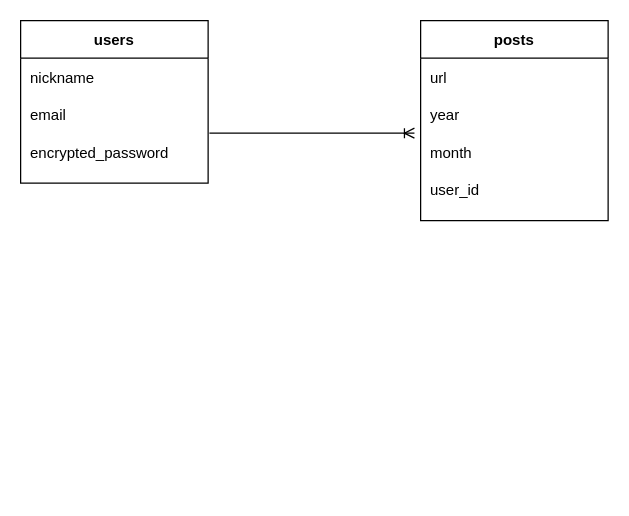
Before: ER_diagram.dio in mzw86020424/oriapp32049_2, a draw.io diagram. Source tidied: cells renumbered, new cells numbered last; positions are measured from the earlier drawing's top-left corner, leaving out a move shared by most shapes. Both pictures are drawn from the tidied source at 125%, with x=0, y=0 at pixel (20, 20).
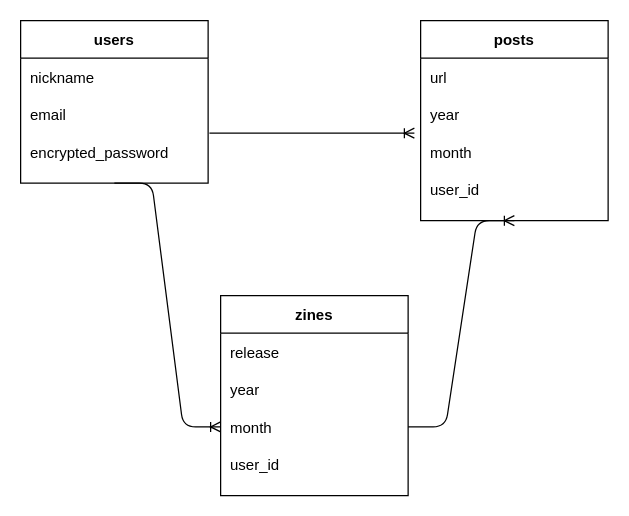
The same diagram, later.

Unchanged cells that the change refers to:
```xml
<mxCell id="2" value="users" style="shape=table;startSize=30;childLayout=tableLayout;rowLines=0;fontStyle=1;align=center;" parent="1" vertex="1">
  <mxGeometry width="150" height="130" as="geometry" />
</mxCell>
<mxCell id="7" style="shape=partialRectangle;fillColor=none;top=0;left=0;bottom=0;right=0;points=[[0,0.5],[1,0.5]];portConstraint=eastwest;" parent="2" vertex="1">
  <mxGeometry y="90" width="150" height="30" as="geometry" />
</mxCell>
<mxCell id="9" value="posts" style="shape=table;startSize=30;childLayout=tableLayout;rowLines=0;fontStyle=1;align=center;" parent="1" vertex="1">
  <mxGeometry x="320" width="150" height="160" as="geometry" />
</mxCell>
<mxCell id="12" style="shape=partialRectangle;fillColor=none;top=0;left=0;bottom=0;right=0;points=[[0,0.5],[1,0.5]];portConstraint=eastwest;" parent="9" vertex="1">
  <mxGeometry y="60" width="150" height="30" as="geometry" />
</mxCell>
```

The edit, as a diff of the source:
```diff
@@
-    <mxCell id="18" style="edgeStyle=entityRelationEdgeStyle;fontSize=12;html=1;endArrow=ERoneToMany;entryX=-0.033;entryY=1;entryDx=0;entryDy=0;entryPerimeter=0;exitX=1.007;exitY=0;exitDx=0;exitDy=0;exitPerimeter=0;" parent="1" edge="1" source="7" target="12">
-      <mxGeometry relative="1" as="geometry" />
+    <mxCell id="18" style="edgeStyle=entityRelationEdgeStyle;fontSize=12;html=1;endArrow=ERoneToMany;exitX=1.007;exitY=0;exitDx=0;exitDy=0;exitPerimeter=0;" parent="1" edge="1" source="7">
+      <mxGeometry relative="1" as="geometry">
+        <mxPoint x="315" y="90" as="targetPoint" />
+      </mxGeometry>
     </mxCell>
+    <mxCell id="19" value="zines" style="shape=table;startSize=30;childLayout=tableLayout;rowLines=0;fontStyle=1;align=center;" parent="1" vertex="1">
+      <mxGeometry x="160" y="220" width="150" height="160" as="geometry" />
+    </mxCell>
+    <mxCell id="20" style="shape=partialRectangle;fillColor=none;top=0;left=0;bottom=0;right=0;" parent="19" vertex="1">
+      <mxGeometry y="30" width="150" height="30" as="geometry" />
+    </mxCell>
+    <mxCell id="21" value="release" style="shape=partialRectangle;fillColor=none;top=0;left=0;bottom=0;right=0;align=left;spacingLeft=6;overflow=hidden;" parent="20" vertex="1">
+      <mxGeometry width="150" height="30" as="geometry" />
+    </mxCell>
+    <mxCell id="22" style="shape=partialRectangle;fillColor=none;top=0;left=0;bottom=0;right=0;" parent="19" vertex="1">
+      <mxGeometry y="60" width="150" height="30" as="geometry" />
+    </mxCell>
+    <mxCell id="23" value="year" style="shape=partialRectangle;fillColor=none;top=0;left=0;bottom=0;right=0;align=left;spacingLeft=6;overflow=hidden;" parent="22" vertex="1">
+      <mxGeometry width="150" height="30" as="geometry" />
+    </mxCell>
+    <mxCell id="24" style="shape=partialRectangle;fillColor=none;top=0;left=0;bottom=0;right=0;points=[[0,0.5],[1,0.5]];portConstraint=eastwest;" parent="19" vertex="1">
+      <mxGeometry y="90" width="150" height="30" as="geometry" />
+    </mxCell>
+    <mxCell id="25" value="month" style="shape=partialRectangle;fillColor=none;top=0;left=0;bottom=0;right=0;align=left;spacingLeft=6;overflow=hidden;" parent="24" vertex="1">
+      <mxGeometry width="150" height="30" as="geometry" />
+    </mxCell>
+    <mxCell id="26" style="shape=partialRectangle;fillColor=none;top=0;left=0;bottom=0;right=0;" parent="19" vertex="1">
+      <mxGeometry y="120" width="150" height="30" as="geometry" />
+    </mxCell>
+    <mxCell id="27" value="user_id" style="shape=partialRectangle;fillColor=none;top=0;left=0;bottom=0;right=0;align=left;spacingLeft=6;overflow=hidden;" parent="26" vertex="1">
+      <mxGeometry width="150" height="30" as="geometry" />
+    </mxCell>
+    <mxCell id="28" style="edgeStyle=entityRelationEdgeStyle;fontSize=12;html=1;endArrow=ERoneToMany;exitX=0.5;exitY=1;exitDx=0;exitDy=0;entryX=0;entryY=0.5;entryDx=0;entryDy=0;" parent="1" edge="1" source="2" target="24">
+      <mxGeometry relative="1" as="geometry" />
+    </mxCell>
+    <mxCell id="29" style="edgeStyle=entityRelationEdgeStyle;fontSize=12;html=1;endArrow=ERoneToMany;exitX=1;exitY=0.5;exitDx=0;exitDy=0;entryX=0.5;entryY=1;entryDx=0;entryDy=0;" parent="1" edge="1" source="24" target="9">
+      <mxGeometry relative="1" as="geometry" />
+    </mxCell>
```
